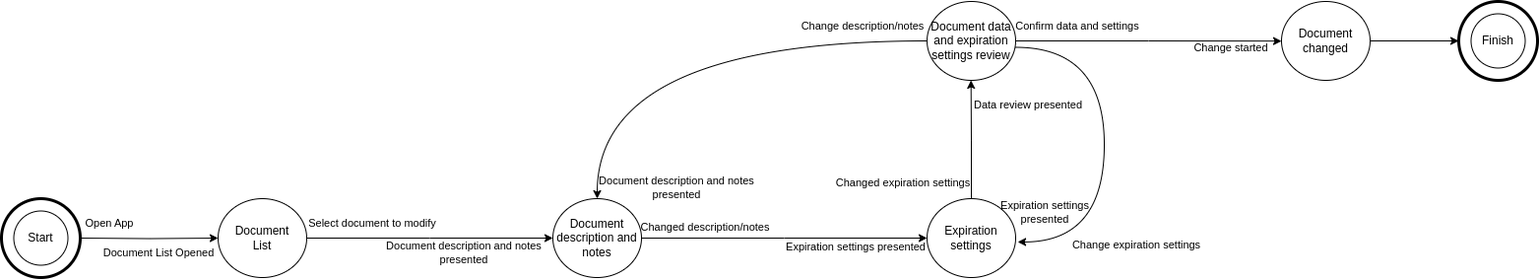
This is Draw.io diagrams/document_edit_STN.drawio.png from antoniociprani/human_computer_interaction, a draw.io export, as it was before one commit. Source tidied: cells renumbered, new cells last; positions are measured from the earlier drawing's top-left corner, leaving out a move shared by most shapes.
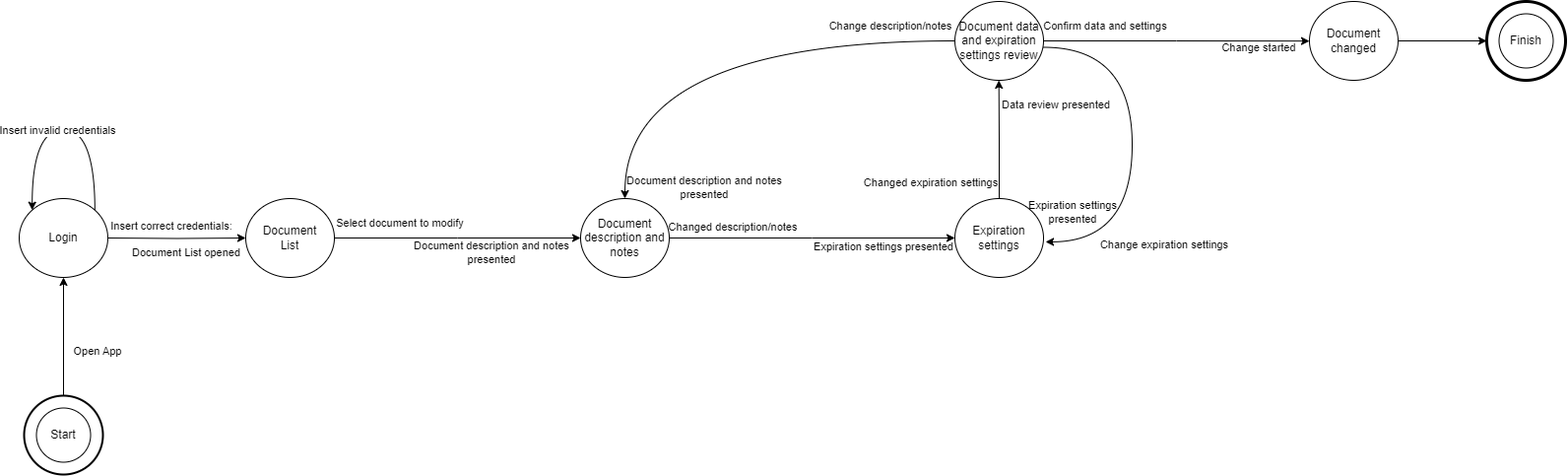
Above is the later version.

Change to the diagram source:
```diff
@@ -10,12 +10,6 @@
     <mxCell id="3" value="Document&lt;div&gt;List&lt;/div&gt;" style="ellipse;whiteSpace=wrap;html=1;" parent="1" vertex="1">
       <mxGeometry x="220" y="200" width="90" height="80" as="geometry" />
     </mxCell>
-    <mxCell id="4" value="Open App" style="text;html=1;align=center;verticalAlign=middle;whiteSpace=wrap;rounded=0;fontSize=11;" parent="1" vertex="1">
-      <mxGeometry x="80" y="210" width="60" height="30" as="geometry" />
-    </mxCell>
-    <mxCell id="5" value="Document List Opened" style="text;html=1;align=center;verticalAlign=middle;whiteSpace=wrap;rounded=0;fontSize=11;" parent="1" vertex="1">
-      <mxGeometry x="90" y="240" width="140" height="30" as="geometry" />
-    </mxCell>
     <mxCell id="6" value="Select document to modify" style="text;html=1;align=center;verticalAlign=middle;whiteSpace=wrap;rounded=0;fontSize=11;" parent="1" vertex="1">
       <mxGeometry x="304" y="210" width="146" height="30" as="geometry" />
     </mxCell>
@@ -95,20 +89,11 @@
     <mxCell id="27" value="Document description and notes&lt;div&gt;presented&lt;/div&gt;" style="text;html=1;align=center;verticalAlign=middle;whiteSpace=wrap;rounded=0;fontSize=11;" parent="1" vertex="1">
       <mxGeometry x="606" y="174" width="160" height="30" as="geometry" />
     </mxCell>
-    <mxCell id="28" style="ellipse;whiteSpace=wrap;html=1;" parent="1" vertex="1">
-      <mxGeometry x="12.5" y="212.5" width="55" height="55" as="geometry" />
-    </mxCell>
-    <mxCell id="29" style="ellipse;whiteSpace=wrap;html=1;fillColor=none;strokeWidth=3;" parent="1" vertex="1">
-      <mxGeometry y="200" width="80" height="80" as="geometry" />
-    </mxCell>
     <mxCell id="30" style="edgeStyle=orthogonalEdgeStyle;rounded=0;jettySize=auto;html=1;entryX=0;entryY=0.5;entryDx=0;entryDy=0;" parent="1" edge="1" target="3">
       <mxGeometry relative="1" as="geometry">
         <mxPoint x="80" y="240" as="sourcePoint" />
       </mxGeometry>
     </mxCell>
-    <mxCell id="31" value="Start" style="text;html=1;align=center;verticalAlign=middle;whiteSpace=wrap;rounded=0;" parent="1" vertex="1">
-      <mxGeometry x="10" y="225" width="60" height="30" as="geometry" />
-    </mxCell>
     <mxCell id="32" style="ellipse;whiteSpace=wrap;html=1;" parent="1" vertex="1">
       <mxGeometry x="1492.5" y="12.5" width="55" height="55" as="geometry" />
     </mxCell>
@@ -118,5 +103,42 @@
     <mxCell id="34" value="Finish" style="text;html=1;align=center;verticalAlign=middle;whiteSpace=wrap;rounded=0;" parent="1" vertex="1">
       <mxGeometry x="1490" y="25" width="60" height="30" as="geometry" />
     </mxCell>
+    <mxCell id="4" value="Open App" style="text;html=1;align=center;verticalAlign=middle;whiteSpace=wrap;rounded=0;fontSize=11;" parent="1" vertex="1">
+      <mxGeometry x="40" y="340" width="60" height="30" as="geometry" />
+    </mxCell>
+    <mxCell id="35" style="ellipse;whiteSpace=wrap;html=1;" parent="1" vertex="1">
+      <mxGeometry x="7.5" y="412.5" width="55" height="55" as="geometry" />
+    </mxCell>
+    <mxCell id="36" style="edgeStyle=orthogonalEdgeStyle;rounded=0;jettySize=auto;html=1;entryX=0.5;entryY=1;entryDx=0;entryDy=0;" parent="1" edge="1" source="37" target="38">
+      <mxGeometry relative="1" as="geometry" />
+    </mxCell>
+    <mxCell id="37" style="ellipse;whiteSpace=wrap;html=1;fillColor=none;strokeWidth=2;" parent="1" vertex="1">
+      <mxGeometry x="-5" y="400" width="80" height="80" as="geometry" />
+    </mxCell>
+    <mxCell id="31" value="Start" style="text;html=1;align=center;verticalAlign=middle;whiteSpace=wrap;rounded=0;" parent="1" vertex="1">
+      <mxGeometry x="5" y="425" width="60" height="30" as="geometry" />
+    </mxCell>
+    <mxCell id="38" value="Login" style="ellipse;whiteSpace=wrap;html=1;" parent="1" vertex="1">
+      <mxGeometry x="-10" y="200" width="90" height="80" as="geometry" />
+    </mxCell>
+    <mxCell id="39" style="edgeStyle=orthogonalEdgeStyle;rounded=0;orthogonalLoop=1;jettySize=auto;html=1;exitX=1;exitY=0;exitDx=0;exitDy=0;entryX=0;entryY=0;entryDx=0;entryDy=0;curved=1;" parent="1" edge="1" source="38" target="38">
+      <mxGeometry relative="1" as="geometry">
+        <Array as="points">
+          <mxPoint x="67" y="130" />
+          <mxPoint x="3" y="130" />
+        </Array>
+      </mxGeometry>
+    </mxCell>
+    <mxCell id="40" value="Insert invalid credentials" style="edgeLabel;html=1;align=center;verticalAlign=middle;" parent="39" vertex="1">
+      <mxGeometry x="0.06" y="1" relative="1" as="geometry">
+        <mxPoint y="-1" as="offset" />
+      </mxGeometry>
+    </mxCell>
+    <mxCell id="41" value="Insert correct credentials:" style="text;html=1;align=center;verticalAlign=middle;whiteSpace=wrap;rounded=0;fontSize=11;" parent="1" vertex="1">
+      <mxGeometry x="75" y="212.5" width="140" height="30" as="geometry" />
+    </mxCell>
+    <mxCell id="42" value="Document List opened" style="text;html=1;align=center;verticalAlign=middle;whiteSpace=wrap;rounded=0;fontSize=11;" parent="1" vertex="1">
+      <mxGeometry x="90" y="240" width="140" height="30" as="geometry" />
+    </mxCell>
   </root>
 </mxGraphModel>
```
